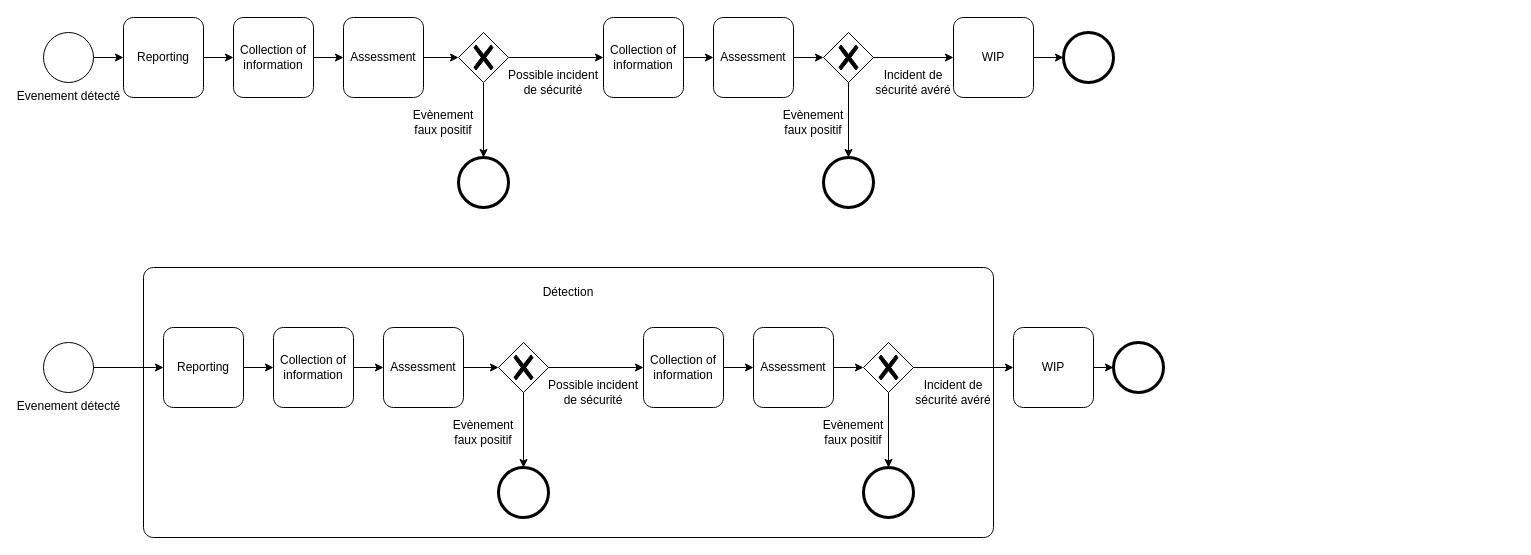
Earlier version of the draw.io diagram ISO.drawio (netmme/cyber-diagramme-d-activites). Source tidied: cells renumbered, new cells numbered last; positions are measured from the earlier drawing's top-left corner, leaving out a move shared by most shapes. Both pictures are drawn from the tidied source at 100%, with x=0, y=0 at pixel (43, 17).
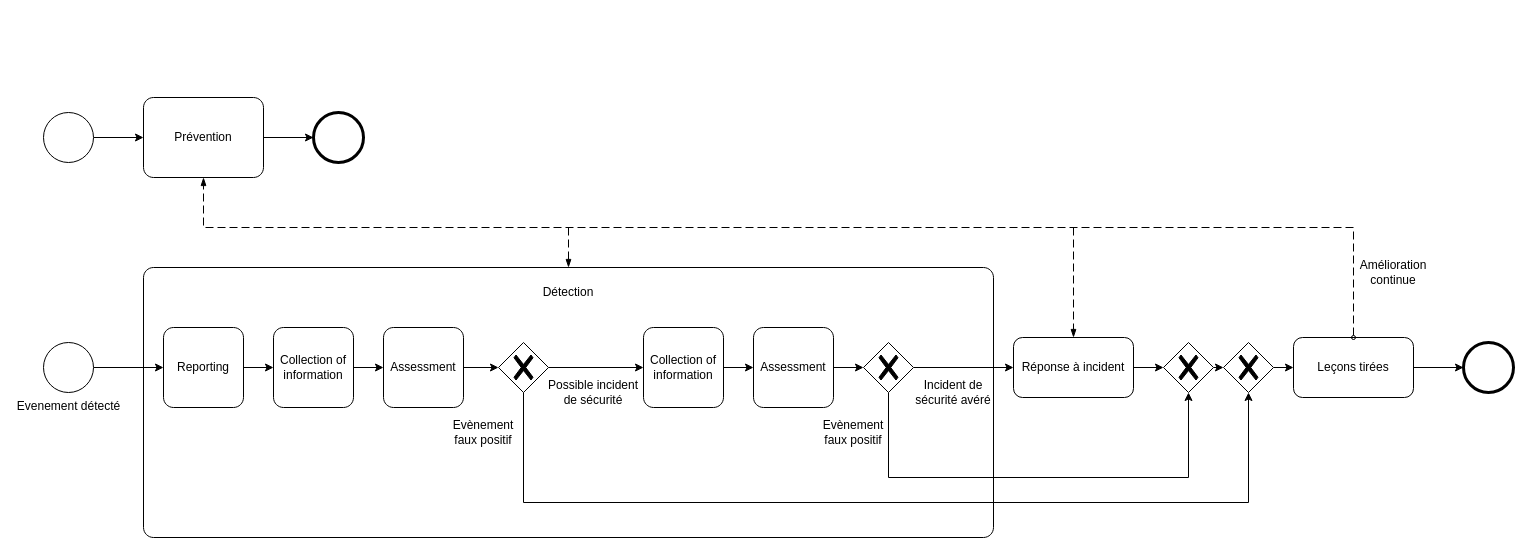
The same page after the edit.

Commit message:
détection riguoureuse + intégration dans le cycle complet

The change refers to these unchanged cells:
```xml
<mxCell id="2" style="points=[[0.25,0,0],[0.5,0,0],[0.75,0,0],[1,0.25,0],[1,0.5,0],[1,0.75,0],[0.75,1,0],[0.5,1,0],[0.25,1,0],[0,0.75,0],[0,0.5,0],[0,0.25,0]];shape=mxgraph.bpmn.task;whiteSpace=wrap;rectStyle=rounded;size=10;html=1;taskMarker=abstract;" parent="1" vertex="1">
  <mxGeometry x="100" y="250" width="850" height="270" as="geometry" />
</mxCell>
<mxCell id="8" style="points=[[0.25,0.25,0],[0.5,0,0],[0.75,0.25,0],[1,0.5,0],[0.75,0.75,0],[0.5,1,0],[0.25,0.75,0],[0,0.5,0]];shape=mxgraph.bpmn.gateway2;html=1;verticalLabelPosition=bottom;labelBackgroundColor=#ffffff;verticalAlign=top;align=center;perimeter=rhombusPerimeter;outlineConnect=0;outline=none;symbol=none;gwType=exclusive;" parent="1" vertex="1">
  <mxGeometry x="455" y="325" width="50" height="50" as="geometry" />
</mxCell>
<mxCell id="19" style="points=[[0.25,0.25,0],[0.5,0,0],[0.75,0.25,0],[1,0.5,0],[0.75,0.75,0],[0.5,1,0],[0.25,0.75,0],[0,0.5,0]];shape=mxgraph.bpmn.gateway2;html=1;verticalLabelPosition=bottom;labelBackgroundColor=#ffffff;verticalAlign=top;align=center;perimeter=rhombusPerimeter;outlineConnect=0;outline=none;symbol=none;gwType=exclusive;" parent="1" vertex="1">
  <mxGeometry x="820" y="325" width="50" height="50" as="geometry" />
</mxCell>
```

The edit, as a diff of the source:
```diff
@@
-    <mxCell id="6" style="edgeStyle=orthogonalEdgeStyle;rounded=0;jettySize=auto;html=1;exitX=0.5;exitY=1;exitDx=0;exitDy=0;exitPerimeter=0;entryX=0.5;entryY=0;entryDx=0;entryDy=0;entryPerimeter=0;" parent="1" edge="1" source="8" target="9">
-      <mxGeometry relative="1" as="geometry" />
-    </mxCell>
@@
-    <mxCell id="9" style="points=[[0.145,0.145,0],[0.5,0,0],[0.855,0.145,0],[1,0.5,0],[0.855,0.855,0],[0.5,1,0],[0.145,0.855,0],[0,0.5,0]];shape=mxgraph.bpmn.event;html=1;verticalLabelPosition=bottom;labelBackgroundColor=#ffffff;verticalAlign=top;align=center;perimeter=ellipsePerimeter;outlineConnect=0;outline=end;symbol=terminate2;" parent="1" vertex="1">
-      <mxGeometry x="455" y="450" width="50" height="50" as="geometry" />
-    </mxCell>
@@
-    <mxCell id="18" style="edgeStyle=orthogonalEdgeStyle;rounded=0;jettySize=auto;html=1;exitX=1;exitY=0.5;exitDx=0;exitDy=0;exitPerimeter=0;entryX=0;entryY=0.5;entryDx=0;entryDy=0;entryPerimeter=0;" parent="1" edge="1" source="19" target="26">
+    <mxCell id="18" style="edgeStyle=orthogonalEdgeStyle;rounded=0;jettySize=auto;html=1;exitX=1;exitY=0.5;exitDx=0;exitDy=0;exitPerimeter=0;entryX=0;entryY=0.5;entryDx=0;entryDy=0;" parent="1" edge="1" source="19" target="62">
       <mxGeometry relative="1" as="geometry" />
     </mxCell>
+    <mxCell id="58" style="edgeStyle=orthogonalEdgeStyle;rounded=0;jettySize=auto;html=1;exitX=0.5;exitY=1;exitDx=0;exitDy=0;exitPerimeter=0;entryX=0.5;entryY=1;entryDx=0;entryDy=0;entryPerimeter=0;" parent="1" edge="1" source="19" target="64">
+      <mxGeometry relative="1" as="geometry">
+        <Array as="points">
+          <mxPoint x="845" y="460" />
+          <mxPoint x="1145" y="460" />
+        </Array>
+      </mxGeometry>
+    </mxCell>
@@
-    <mxCell id="20" style="points=[[0.145,0.145,0],[0.5,0,0],[0.855,0.145,0],[1,0.5,0],[0.855,0.855,0],[0.5,1,0],[0.145,0.855,0],[0,0.5,0]];shape=mxgraph.bpmn.event;html=1;verticalLabelPosition=bottom;labelBackgroundColor=#ffffff;verticalAlign=top;align=center;perimeter=ellipsePerimeter;outlineConnect=0;outline=end;symbol=terminate2;" parent="1" vertex="1">
-      <mxGeometry x="820" y="450" width="50" height="50" as="geometry" />
-    </mxCell>
-    <mxCell id="21" style="edgeStyle=orthogonalEdgeStyle;rounded=0;jettySize=auto;html=1;exitX=0.5;exitY=1;exitDx=0;exitDy=0;exitPerimeter=0;entryX=0.5;entryY=0;entryDx=0;entryDy=0;entryPerimeter=0;" parent="1" edge="1" source="19" target="20">
-      <mxGeometry relative="1" as="geometry" />
-    </mxCell>
-    <mxCell id="22" style="points=[[0.145,0.145,0],[0.5,0,0],[0.855,0.145,0],[1,0.5,0],[0.855,0.855,0],[0.5,1,0],[0.145,0.855,0],[0,0.5,0]];shape=mxgraph.bpmn.event;html=1;verticalLabelPosition=bottom;labelBackgroundColor=#ffffff;verticalAlign=top;align=center;perimeter=ellipsePerimeter;outlineConnect=0;outline=end;symbol=terminate2;" parent="1" vertex="1">
-      <mxGeometry x="1070" y="325" width="50" height="50" as="geometry" />
-    </mxCell>
@@
-    <mxCell id="25" style="edgeStyle=orthogonalEdgeStyle;rounded=0;jettySize=auto;html=1;exitX=1;exitY=0.5;exitDx=0;exitDy=0;exitPerimeter=0;entryX=0;entryY=0.5;entryDx=0;entryDy=0;entryPerimeter=0;" parent="1" edge="1" source="26" target="22">
-      <mxGeometry relative="1" as="geometry" />
-    </mxCell>
-    <mxCell id="26" value="WIP" style="points=[[0.25,0,0],[0.5,0,0],[0.75,0,0],[1,0.25,0],[1,0.5,0],[1,0.75,0],[0.75,1,0],[0.5,1,0],[0.25,1,0],[0,0.75,0],[0,0.5,0],[0,0.25,0]];shape=mxgraph.bpmn.task;whiteSpace=wrap;rectStyle=rounded;size=10;html=1;taskMarker=abstract;" parent="1" vertex="1">
-      <mxGeometry x="970" y="310" width="80" height="80" as="geometry" />
-    </mxCell>
@@
-    <mxCell id="31" style="edgeStyle=orthogonalEdgeStyle;rounded=0;jettySize=auto;html=1;exitX=1;exitY=0.5;exitDx=0;exitDy=0;exitPerimeter=0;entryX=0;entryY=0.5;entryDx=0;entryDy=0;entryPerimeter=0;" parent="1" edge="1" source="32" target="57">
-      <mxGeometry relative="1" as="geometry" />
-    </mxCell>
-    <mxCell id="32" value="&lt;div&gt;Evenement détecté&lt;/div&gt;" style="points=[[0.145,0.145,0],[0.5,0,0],[0.855,0.145,0],[1,0.5,0],[0.855,0.855,0],[0.5,1,0],[0.145,0.855,0],[0,0.5,0]];shape=mxgraph.bpmn.event;html=1;verticalLabelPosition=bottom;labelBackgroundColor=#ffffff;verticalAlign=top;align=center;perimeter=ellipsePerimeter;outlineConnect=0;outline=standard;symbol=general;" parent="1" vertex="1">
-      <mxGeometry y="15" width="50" height="50" as="geometry" />
-    </mxCell>
-    <mxCell id="33" style="edgeStyle=orthogonalEdgeStyle;rounded=0;jettySize=auto;html=1;exitX=0.5;exitY=1;exitDx=0;exitDy=0;exitPerimeter=0;entryX=0.5;entryY=0;entryDx=0;entryDy=0;entryPerimeter=0;" parent="1" edge="1" source="35" target="36">
-      <mxGeometry relative="1" as="geometry" />
-    </mxCell>
-    <mxCell id="34" style="edgeStyle=orthogonalEdgeStyle;rounded=0;jettySize=auto;html=1;exitX=1;exitY=0.5;exitDx=0;exitDy=0;exitPerimeter=0;entryX=0;entryY=0.5;entryDx=0;entryDy=0;entryPerimeter=0;" parent="1" edge="1" source="35" target="42">
-      <mxGeometry relative="1" as="geometry" />
-    </mxCell>
-    <mxCell id="35" style="points=[[0.25,0.25,0],[0.5,0,0],[0.75,0.25,0],[1,0.5,0],[0.75,0.75,0],[0.5,1,0],[0.25,0.75,0],[0,0.5,0]];shape=mxgraph.bpmn.gateway2;html=1;verticalLabelPosition=bottom;labelBackgroundColor=#ffffff;verticalAlign=top;align=center;perimeter=rhombusPerimeter;outlineConnect=0;outline=none;symbol=none;gwType=exclusive;" parent="1" vertex="1">
-      <mxGeometry x="415" y="15" width="50" height="50" as="geometry" />
-    </mxCell>
-    <mxCell id="36" style="points=[[0.145,0.145,0],[0.5,0,0],[0.855,0.145,0],[1,0.5,0],[0.855,0.855,0],[0.5,1,0],[0.145,0.855,0],[0,0.5,0]];shape=mxgraph.bpmn.event;html=1;verticalLabelPosition=bottom;labelBackgroundColor=#ffffff;verticalAlign=top;align=center;perimeter=ellipsePerimeter;outlineConnect=0;outline=end;symbol=terminate2;" parent="1" vertex="1">
-      <mxGeometry x="415" y="140" width="50" height="50" as="geometry" />
-    </mxCell>
-    <mxCell id="37" style="edgeStyle=orthogonalEdgeStyle;rounded=0;jettySize=auto;html=1;exitX=1;exitY=0.5;exitDx=0;exitDy=0;exitPerimeter=0;entryX=0;entryY=0.5;entryDx=0;entryDy=0;entryPerimeter=0;" parent="1" edge="1" source="38" target="40">
-      <mxGeometry relative="1" as="geometry" />
-    </mxCell>
-    <mxCell id="38" value="Collection of information" style="points=[[0.25,0,0],[0.5,0,0],[0.75,0,0],[1,0.25,0],[1,0.5,0],[1,0.75,0],[0.75,1,0],[0.5,1,0],[0.25,1,0],[0,0.75,0],[0,0.5,0],[0,0.25,0]];shape=mxgraph.bpmn.task;whiteSpace=wrap;rectStyle=rounded;size=10;html=1;taskMarker=abstract;" parent="1" vertex="1">
-      <mxGeometry x="190" width="80" height="80" as="geometry" />
-    </mxCell>
-    <mxCell id="39" style="edgeStyle=orthogonalEdgeStyle;rounded=0;jettySize=auto;html=1;entryX=0;entryY=0.5;entryDx=0;entryDy=0;entryPerimeter=0;" parent="1" edge="1" source="40" target="35">
-      <mxGeometry relative="1" as="geometry" />
-    </mxCell>
-    <mxCell id="40" value="Assessment" style="points=[[0.25,0,0],[0.5,0,0],[0.75,0,0],[1,0.25,0],[1,0.5,0],[1,0.75,0],[0.75,1,0],[0.5,1,0],[0.25,1,0],[0,0.75,0],[0,0.5,0],[0,0.25,0]];shape=mxgraph.bpmn.task;whiteSpace=wrap;rectStyle=rounded;size=10;html=1;taskMarker=abstract;" parent="1" vertex="1">
-      <mxGeometry x="300" width="80" height="80" as="geometry" />
-    </mxCell>
-    <mxCell id="41" style="edgeStyle=orthogonalEdgeStyle;rounded=0;jettySize=auto;html=1;exitX=1;exitY=0.5;exitDx=0;exitDy=0;exitPerimeter=0;entryX=0;entryY=0.5;entryDx=0;entryDy=0;entryPerimeter=0;" parent="1" edge="1" source="42" target="44">
-      <mxGeometry relative="1" as="geometry" />
-    </mxCell>
-    <mxCell id="42" value="Collection of information" style="points=[[0.25,0,0],[0.5,0,0],[0.75,0,0],[1,0.25,0],[1,0.5,0],[1,0.75,0],[0.75,1,0],[0.5,1,0],[0.25,1,0],[0,0.75,0],[0,0.5,0],[0,0.25,0]];shape=mxgraph.bpmn.task;whiteSpace=wrap;rectStyle=rounded;size=10;html=1;taskMarker=abstract;" parent="1" vertex="1">
-      <mxGeometry x="560" width="80" height="80" as="geometry" />
-    </mxCell>
-    <mxCell id="43" style="edgeStyle=orthogonalEdgeStyle;rounded=0;jettySize=auto;html=1;exitX=1;exitY=0.5;exitDx=0;exitDy=0;exitPerimeter=0;entryX=0;entryY=0.5;entryDx=0;entryDy=0;entryPerimeter=0;" parent="1" edge="1" source="44" target="46">
-      <mxGeometry relative="1" as="geometry" />
-    </mxCell>
-    <mxCell id="44" value="Assessment" style="points=[[0.25,0,0],[0.5,0,0],[0.75,0,0],[1,0.25,0],[1,0.5,0],[1,0.75,0],[0.75,1,0],[0.5,1,0],[0.25,1,0],[0,0.75,0],[0,0.5,0],[0,0.25,0]];shape=mxgraph.bpmn.task;whiteSpace=wrap;rectStyle=rounded;size=10;html=1;taskMarker=abstract;" parent="1" vertex="1">
-      <mxGeometry x="670" width="80" height="80" as="geometry" />
-    </mxCell>
-    <mxCell id="45" style="edgeStyle=orthogonalEdgeStyle;rounded=0;jettySize=auto;html=1;exitX=1;exitY=0.5;exitDx=0;exitDy=0;exitPerimeter=0;entryX=0;entryY=0.5;entryDx=0;entryDy=0;entryPerimeter=0;" parent="1" edge="1" source="46" target="53">
-      <mxGeometry relative="1" as="geometry" />
-    </mxCell>
-    <mxCell id="46" style="points=[[0.25,0.25,0],[0.5,0,0],[0.75,0.25,0],[1,0.5,0],[0.75,0.75,0],[0.5,1,0],[0.25,0.75,0],[0,0.5,0]];shape=mxgraph.bpmn.gateway2;html=1;verticalLabelPosition=bottom;labelBackgroundColor=#ffffff;verticalAlign=top;align=center;perimeter=rhombusPerimeter;outlineConnect=0;outline=none;symbol=none;gwType=exclusive;" parent="1" vertex="1">
-      <mxGeometry x="780" y="15" width="50" height="50" as="geometry" />
-    </mxCell>
-    <mxCell id="47" style="points=[[0.145,0.145,0],[0.5,0,0],[0.855,0.145,0],[1,0.5,0],[0.855,0.855,0],[0.5,1,0],[0.145,0.855,0],[0,0.5,0]];shape=mxgraph.bpmn.event;html=1;verticalLabelPosition=bottom;labelBackgroundColor=#ffffff;verticalAlign=top;align=center;perimeter=ellipsePerimeter;outlineConnect=0;outline=end;symbol=terminate2;" parent="1" vertex="1">
-      <mxGeometry x="780" y="140" width="50" height="50" as="geometry" />
-    </mxCell>
-    <mxCell id="48" style="edgeStyle=orthogonalEdgeStyle;rounded=0;jettySize=auto;html=1;exitX=0.5;exitY=1;exitDx=0;exitDy=0;exitPerimeter=0;entryX=0.5;entryY=0;entryDx=0;entryDy=0;entryPerimeter=0;" parent="1" edge="1" source="46" target="47">
-      <mxGeometry relative="1" as="geometry" />
-    </mxCell>
-    <mxCell id="49" style="points=[[0.145,0.145,0],[0.5,0,0],[0.855,0.145,0],[1,0.5,0],[0.855,0.855,0],[0.5,1,0],[0.145,0.855,0],[0,0.5,0]];shape=mxgraph.bpmn.event;html=1;verticalLabelPosition=bottom;labelBackgroundColor=#ffffff;verticalAlign=top;align=center;perimeter=ellipsePerimeter;outlineConnect=0;outline=end;symbol=terminate2;" parent="1" vertex="1">
-      <mxGeometry x="1020" y="15" width="50" height="50" as="geometry" />
-    </mxCell>
-    <mxCell id="50" value="&lt;div&gt;Possible incident de sécurité&lt;/div&gt;" style="text;html=1;strokeColor=none;fillColor=none;align=center;verticalAlign=middle;whiteSpace=wrap;rounded=0;" parent="1" vertex="1">
-      <mxGeometry x="460" y="50" width="100" height="30" as="geometry" />
-    </mxCell>
-    <mxCell id="51" value="Evènement faux positif" style="text;html=1;strokeColor=none;fillColor=none;align=center;verticalAlign=middle;whiteSpace=wrap;rounded=0;" parent="1" vertex="1">
-      <mxGeometry x="370" y="90" width="60" height="30" as="geometry" />
-    </mxCell>
-    <mxCell id="52" style="edgeStyle=orthogonalEdgeStyle;rounded=0;jettySize=auto;html=1;exitX=1;exitY=0.5;exitDx=0;exitDy=0;exitPerimeter=0;entryX=0;entryY=0.5;entryDx=0;entryDy=0;entryPerimeter=0;" parent="1" edge="1" source="53" target="49">
-      <mxGeometry relative="1" as="geometry" />
-    </mxCell>
-    <mxCell id="53" value="WIP" style="points=[[0.25,0,0],[0.5,0,0],[0.75,0,0],[1,0.25,0],[1,0.5,0],[1,0.75,0],[0.75,1,0],[0.5,1,0],[0.25,1,0],[0,0.75,0],[0,0.5,0],[0,0.25,0]];shape=mxgraph.bpmn.task;whiteSpace=wrap;rectStyle=rounded;size=10;html=1;taskMarker=abstract;" parent="1" vertex="1">
-      <mxGeometry x="910" width="80" height="80" as="geometry" />
-    </mxCell>
-    <mxCell id="54" value="Evènement faux positif" style="text;html=1;strokeColor=none;fillColor=none;align=center;verticalAlign=middle;whiteSpace=wrap;rounded=0;" parent="1" vertex="1">
-      <mxGeometry x="740" y="90" width="60" height="30" as="geometry" />
-    </mxCell>
-    <mxCell id="55" value="Incident de sécurité avéré" style="text;html=1;strokeColor=none;fillColor=none;align=center;verticalAlign=middle;whiteSpace=wrap;rounded=0;" parent="1" vertex="1">
-      <mxGeometry x="830" y="50" width="80" height="30" as="geometry" />
-    </mxCell>
-    <mxCell id="56" style="edgeStyle=orthogonalEdgeStyle;rounded=0;jettySize=auto;html=1;exitX=1;exitY=0.5;exitDx=0;exitDy=0;exitPerimeter=0;entryX=0;entryY=0.5;entryDx=0;entryDy=0;entryPerimeter=0;" parent="1" edge="1" source="57" target="38">
-      <mxGeometry relative="1" as="geometry" />
-    </mxCell>
-    <mxCell id="57" value="Reporting" style="points=[[0.25,0,0],[0.5,0,0],[0.75,0,0],[1,0.25,0],[1,0.5,0],[1,0.75,0],[0.75,1,0],[0.5,1,0],[0.25,1,0],[0,0.75,0],[0,0.5,0],[0,0.25,0]];shape=mxgraph.bpmn.task;whiteSpace=wrap;rectStyle=rounded;size=10;html=1;taskMarker=abstract;" parent="1" vertex="1">
-      <mxGeometry x="80" width="80" height="80" as="geometry" />
-    </mxCell>
+    <mxCell id="59" style="edgeStyle=orthogonalEdgeStyle;rounded=0;jettySize=auto;html=1;exitX=1;exitY=0.5;exitDx=0;exitDy=0;entryX=0;entryY=0.5;entryDx=0;entryDy=0;entryPerimeter=0;" parent="1" edge="1" source="60" target="68">
+      <mxGeometry relative="1" as="geometry" />
+    </mxCell>
+    <mxCell id="60" value="Leçons tirées" style="rounded=1;whiteSpace=wrap;html=1;" parent="1" vertex="1">
+      <mxGeometry x="1250" y="320" width="120" height="60" as="geometry" />
+    </mxCell>
+    <mxCell id="61" style="edgeStyle=orthogonalEdgeStyle;rounded=0;jettySize=auto;html=1;exitX=1;exitY=0.5;exitDx=0;exitDy=0;entryX=0;entryY=0.5;entryDx=0;entryDy=0;entryPerimeter=0;" parent="1" edge="1" source="62" target="64">
+      <mxGeometry relative="1" as="geometry" />
+    </mxCell>
+    <mxCell id="62" value="Réponse à incident" style="rounded=1;whiteSpace=wrap;html=1;" parent="1" vertex="1">
+      <mxGeometry x="970" y="320" width="120" height="60" as="geometry" />
+    </mxCell>
+    <mxCell id="63" style="edgeStyle=orthogonalEdgeStyle;rounded=0;jettySize=auto;html=1;exitX=1;exitY=0.5;exitDx=0;exitDy=0;exitPerimeter=0;entryX=0;entryY=0.5;entryDx=0;entryDy=0;entryPerimeter=0;" parent="1" edge="1" source="64" target="66">
+      <mxGeometry relative="1" as="geometry" />
+    </mxCell>
+    <mxCell id="64" style="points=[[0.25,0.25,0],[0.5,0,0],[0.75,0.25,0],[1,0.5,0],[0.75,0.75,0],[0.5,1,0],[0.25,0.75,0],[0,0.5,0]];shape=mxgraph.bpmn.gateway2;html=1;verticalLabelPosition=bottom;labelBackgroundColor=#ffffff;verticalAlign=top;align=center;perimeter=rhombusPerimeter;outlineConnect=0;outline=none;symbol=none;gwType=exclusive;" parent="1" vertex="1">
+      <mxGeometry x="1120" y="325" width="50" height="50" as="geometry" />
+    </mxCell>
+    <mxCell id="65" style="edgeStyle=orthogonalEdgeStyle;rounded=0;jettySize=auto;html=1;exitX=1;exitY=0.5;exitDx=0;exitDy=0;exitPerimeter=0;entryX=0;entryY=0.5;entryDx=0;entryDy=0;" parent="1" edge="1" source="66" target="60">
+      <mxGeometry relative="1" as="geometry" />
+    </mxCell>
+    <mxCell id="66" style="points=[[0.25,0.25,0],[0.5,0,0],[0.75,0.25,0],[1,0.5,0],[0.75,0.75,0],[0.5,1,0],[0.25,0.75,0],[0,0.5,0]];shape=mxgraph.bpmn.gateway2;html=1;verticalLabelPosition=bottom;labelBackgroundColor=#ffffff;verticalAlign=top;align=center;perimeter=rhombusPerimeter;outlineConnect=0;outline=none;symbol=none;gwType=exclusive;" parent="1" vertex="1">
+      <mxGeometry x="1180" y="325" width="50" height="50" as="geometry" />
+    </mxCell>
+    <mxCell id="67" style="edgeStyle=orthogonalEdgeStyle;rounded=0;jettySize=auto;html=1;exitX=0.5;exitY=1;exitDx=0;exitDy=0;exitPerimeter=0;entryX=0.5;entryY=1;entryDx=0;entryDy=0;entryPerimeter=0;" parent="1" edge="1" source="8" target="66">
+      <mxGeometry relative="1" as="geometry">
+        <Array as="points">
+          <mxPoint x="480" y="485" />
+          <mxPoint x="1205" y="485" />
+        </Array>
+      </mxGeometry>
+    </mxCell>
+    <mxCell id="68" style="points=[[0.145,0.145,0],[0.5,0,0],[0.855,0.145,0],[1,0.5,0],[0.855,0.855,0],[0.5,1,0],[0.145,0.855,0],[0,0.5,0]];shape=mxgraph.bpmn.event;html=1;verticalLabelPosition=bottom;labelBackgroundColor=#ffffff;verticalAlign=top;align=center;perimeter=ellipsePerimeter;outlineConnect=0;outline=end;symbol=terminate2;" parent="1" vertex="1">
+      <mxGeometry x="1420" y="325" width="50" height="50" as="geometry" />
+    </mxCell>
+    <mxCell id="69" style="dashed=1;dashPattern=8 4;endArrow=blockThin;endFill=1;startArrow=oval;startFill=0;endSize=6;startSize=4;html=1;rounded=0;exitX=0.5;exitY=0;exitDx=0;exitDy=0;entryX=0.5;entryY=1;entryDx=0;entryDy=0;entryPerimeter=0;" parent="1" edge="1" source="60" target="73">
+      <mxGeometry relative="1" as="geometry">
+        <Array as="points">
+          <mxPoint x="1310" y="210" />
+          <mxPoint x="160" y="210" />
+        </Array>
+      </mxGeometry>
+    </mxCell>
+    <mxCell id="70" style="dashed=1;dashPattern=8 4;endArrow=blockThin;endFill=1;startArrow=none;startFill=0;endSize=6;startSize=4;html=1;rounded=0;entryX=0.5;entryY=0;entryDx=0;entryDy=0;" parent="1" edge="1" target="62">
+      <mxGeometry relative="1" as="geometry">
+        <mxPoint x="1030" y="210" as="sourcePoint" />
+      </mxGeometry>
+    </mxCell>
+    <mxCell id="71" value="Amélioration continue" style="text;html=1;strokeColor=none;fillColor=none;align=center;verticalAlign=middle;whiteSpace=wrap;rounded=0;" parent="1" vertex="1">
+      <mxGeometry x="1320" y="240" width="60" height="30" as="geometry" />
+    </mxCell>
+    <mxCell id="72" style="edgeStyle=orthogonalEdgeStyle;rounded=0;jettySize=auto;html=1;exitX=1;exitY=0.5;exitDx=0;exitDy=0;exitPerimeter=0;entryX=0;entryY=0.5;entryDx=0;entryDy=0;entryPerimeter=0;" parent="1" edge="1" source="73" target="76">
+      <mxGeometry relative="1" as="geometry" />
+    </mxCell>
+    <mxCell id="73" value="Prévention" style="points=[[0.25,0,0],[0.5,0,0],[0.75,0,0],[1,0.25,0],[1,0.5,0],[1,0.75,0],[0.75,1,0],[0.5,1,0],[0.25,1,0],[0,0.75,0],[0,0.5,0],[0,0.25,0]];shape=mxgraph.bpmn.task;whiteSpace=wrap;rectStyle=rounded;size=10;html=1;taskMarker=abstract;" parent="1" vertex="1">
+      <mxGeometry x="100" y="80" width="120" height="80" as="geometry" />
+    </mxCell>
+    <mxCell id="74" style="edgeStyle=orthogonalEdgeStyle;rounded=0;jettySize=auto;html=1;exitX=1;exitY=0.5;exitDx=0;exitDy=0;exitPerimeter=0;entryX=0;entryY=0.5;entryDx=0;entryDy=0;entryPerimeter=0;" parent="1" edge="1" source="75" target="73">
+      <mxGeometry relative="1" as="geometry" />
+    </mxCell>
+    <mxCell id="75" style="points=[[0.145,0.145,0],[0.5,0,0],[0.855,0.145,0],[1,0.5,0],[0.855,0.855,0],[0.5,1,0],[0.145,0.855,0],[0,0.5,0]];shape=mxgraph.bpmn.event;html=1;verticalLabelPosition=bottom;labelBackgroundColor=#ffffff;verticalAlign=top;align=center;perimeter=ellipsePerimeter;outlineConnect=0;outline=standard;symbol=general;" parent="1" vertex="1">
+      <mxGeometry y="95" width="50" height="50" as="geometry" />
+    </mxCell>
+    <mxCell id="76" style="points=[[0.145,0.145,0],[0.5,0,0],[0.855,0.145,0],[1,0.5,0],[0.855,0.855,0],[0.5,1,0],[0.145,0.855,0],[0,0.5,0]];shape=mxgraph.bpmn.event;html=1;verticalLabelPosition=bottom;labelBackgroundColor=#ffffff;verticalAlign=top;align=center;perimeter=ellipsePerimeter;outlineConnect=0;outline=end;symbol=terminate2;" parent="1" vertex="1">
+      <mxGeometry x="270" y="95" width="50" height="50" as="geometry" />
+    </mxCell>
+    <mxCell id="77" style="dashed=1;dashPattern=8 4;endArrow=blockThin;endFill=1;startArrow=none;startFill=0;endSize=6;startSize=4;html=1;rounded=0;entryX=0.5;entryY=0;entryDx=0;entryDy=0;entryPerimeter=0;" parent="1" edge="1" target="2">
+      <mxGeometry relative="1" as="geometry">
+        <mxPoint x="525" y="210" as="sourcePoint" />
+      </mxGeometry>
+    </mxCell>
```
